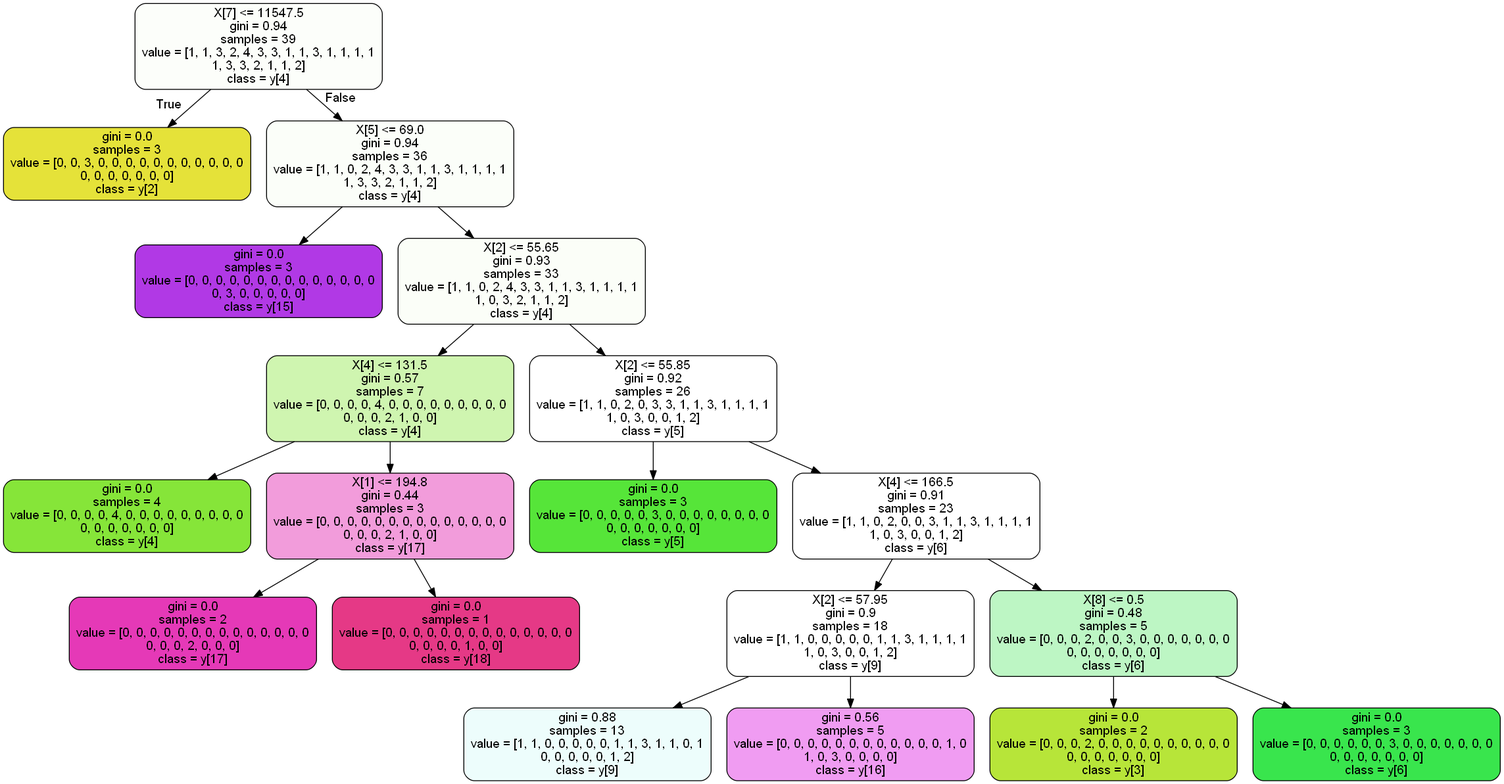
Earlier version of the Graphviz export treetrip.png (AndreaDagg/DecisIonCAr). Its source is kept beside it as treetrip.dot.
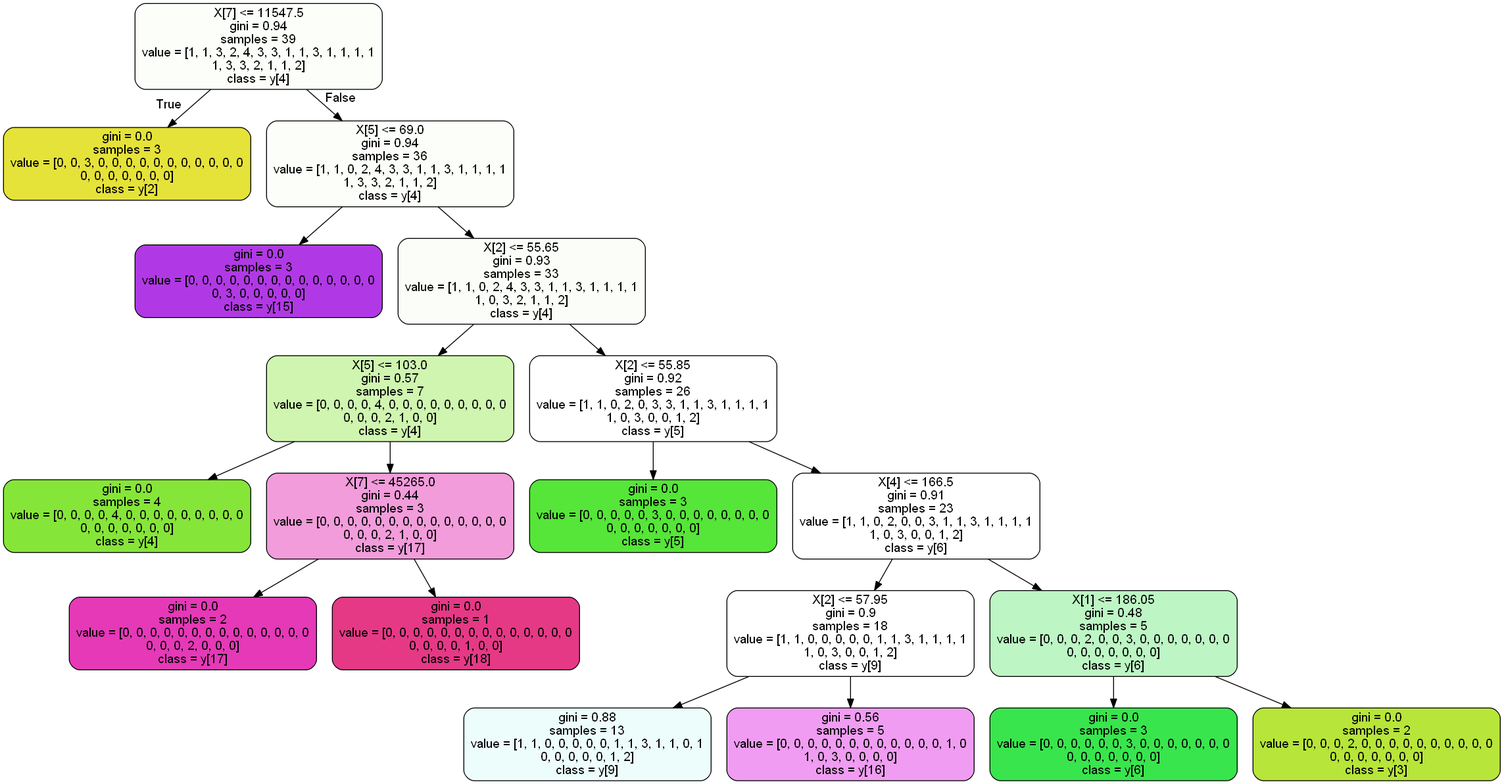
After the commit.

Diff of the diagram source:
```diff
@@ -10,11 +10,11 @@
 2 -> 3 ;
 4 [label="X[2] <= 55.65\ngini = 0.93\nsamples = 33\nvalue = [1, 1, 0, 2, 4, 3, 3, 1, 1, 3, 1, 1, 1, 1\n1, 0, 3, 2, 1, 1, 2]\nclass = y[4]", fillcolor="#fbfef8"] ;
 2 -> 4 ;
-5 [label="X[4] <= 131.5\ngini = 0.57\nsamples = 7\nvalue = [0, 0, 0, 0, 4, 0, 0, 0, 0, 0, 0, 0, 0, 0\n0, 0, 0, 2, 1, 0, 0]\nclass = y[4]", fillcolor="#cff5b0"] ;
+5 [label="X[5] <= 103.0\ngini = 0.57\nsamples = 7\nvalue = [0, 0, 0, 0, 4, 0, 0, 0, 0, 0, 0, 0, 0, 0\n0, 0, 0, 2, 1, 0, 0]\nclass = y[4]", fillcolor="#cff5b0"] ;
 4 -> 5 ;
 6 [label="gini = 0.0\nsamples = 4\nvalue = [0, 0, 0, 0, 4, 0, 0, 0, 0, 0, 0, 0, 0, 0\n0, 0, 0, 0, 0, 0, 0]\nclass = y[4]", fillcolor="#86e539"] ;
 5 -> 6 ;
-7 [label="X[1] <= 194.8\ngini = 0.44\nsamples = 3\nvalue = [0, 0, 0, 0, 0, 0, 0, 0, 0, 0, 0, 0, 0, 0\n0, 0, 0, 2, 1, 0, 0]\nclass = y[17]", fillcolor="#f29cdb"] ;
+7 [label="X[7] <= 45265.0\ngini = 0.44\nsamples = 3\nvalue = [0, 0, 0, 0, 0, 0, 0, 0, 0, 0, 0, 0, 0, 0\n0, 0, 0, 2, 1, 0, 0]\nclass = y[17]", fillcolor="#f29cdb"] ;
 5 -> 7 ;
 8 [label="gini = 0.0\nsamples = 2\nvalue = [0, 0, 0, 0, 0, 0, 0, 0, 0, 0, 0, 0, 0, 0\n0, 0, 0, 2, 0, 0, 0]\nclass = y[17]", fillcolor="#e539b7"] ;
 7 -> 8 ;
@@ -32,10 +32,10 @@
 13 -> 14 ;
 15 [label="gini = 0.56\nsamples = 5\nvalue = [0, 0, 0, 0, 0, 0, 0, 0, 0, 0, 0, 0, 1, 0\n1, 0, 3, 0, 0, 0, 0]\nclass = y[16]", fillcolor="#f09cf2"] ;
 13 -> 15 ;
-16 [label="X[8] <= 0.5\ngini = 0.48\nsamples = 5\nvalue = [0, 0, 0, 2, 0, 0, 3, 0, 0, 0, 0, 0, 0, 0\n0, 0, 0, 0, 0, 0, 0]\nclass = y[6]", fillcolor="#bdf6c4"] ;
+16 [label="X[1] <= 186.05\ngini = 0.48\nsamples = 5\nvalue = [0, 0, 0, 2, 0, 0, 3, 0, 0, 0, 0, 0, 0, 0\n0, 0, 0, 0, 0, 0, 0]\nclass = y[6]", fillcolor="#bdf6c4"] ;
 12 -> 16 ;
-17 [label="gini = 0.0\nsamples = 2\nvalue = [0, 0, 0, 2, 0, 0, 0, 0, 0, 0, 0, 0, 0, 0\n0, 0, 0, 0, 0, 0, 0]\nclass = y[3]", fillcolor="#b7e539"] ;
+17 [label="gini = 0.0\nsamples = 3\nvalue = [0, 0, 0, 0, 0, 0, 3, 0, 0, 0, 0, 0, 0, 0\n0, 0, 0, 0, 0, 0, 0]\nclass = y[6]", fillcolor="#39e54d"] ;
 16 -> 17 ;
-18 [label="gini = 0.0\nsamples = 3\nvalue = [0, 0, 0, 0, 0, 0, 3, 0, 0, 0, 0, 0, 0, 0\n0, 0, 0, 0, 0, 0, 0]\nclass = y[6]", fillcolor="#39e54d"] ;
+18 [label="gini = 0.0\nsamples = 2\nvalue = [0, 0, 0, 2, 0, 0, 0, 0, 0, 0, 0, 0, 0, 0\n0, 0, 0, 0, 0, 0, 0]\nclass = y[3]", fillcolor="#b7e539"] ;
 16 -> 18 ;
 }
```
